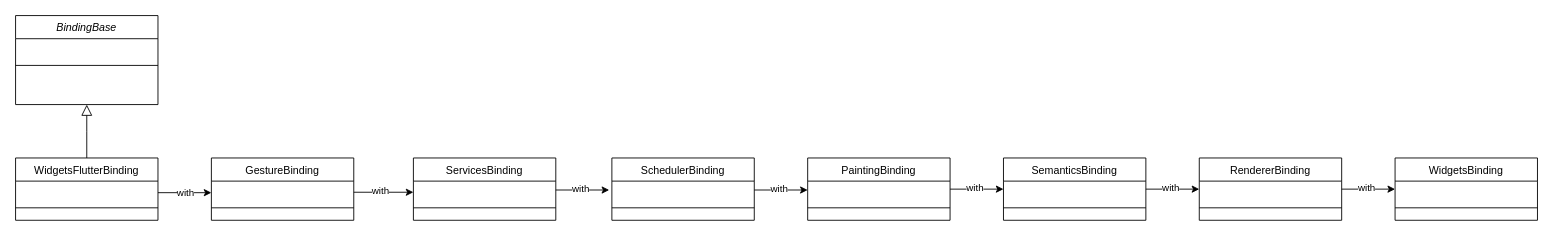
The draw.io diagram flutter/binding/WidgetsFlutterBinding.drawio in ShzMinato/Flutter, before the edit. Source tidied: cells renumbered, new cells numbered last; positions are measured from the earlier drawing's top-left corner, leaving out a move shared by most shapes. Both pictures are drawn from the tidied source at 89%, with x=0, y=0 at pixel (15, 15).
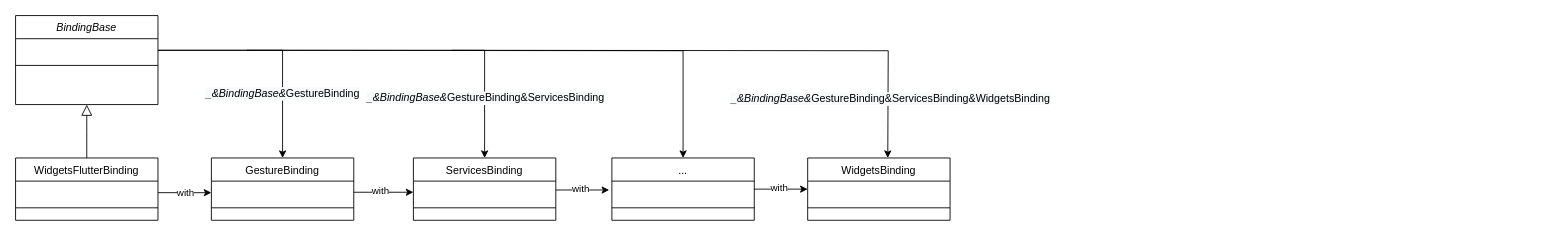
The same page after the edit.

Unchanged cells that the change refers to:
```xml
<mxCell id="3" value=" " style="text;align=left;verticalAlign=top;spacingLeft=4;spacingRight=4;overflow=hidden;points=[[0,0.5],[1,0.5]];portConstraint=eastwest;" parent="2" vertex="1">
  <mxGeometry y="26" width="160" height="26" as="geometry" />
</mxCell>
<mxCell id="9" value="GestureBinding" style="swimlane;fontStyle=0;align=center;verticalAlign=top;horizontal=1;startSize=26;rounded=0;shadow=0;strokeWidth=1;" parent="1" vertex="1">
  <mxGeometry x="220" y="160" width="160" height="70" as="geometry" />
</mxCell>
<mxCell id="12" value="ServicesBinding" style="swimlane;fontStyle=0;align=center;verticalAlign=top;horizontal=1;startSize=26;rounded=0;shadow=0;strokeWidth=1;" parent="1" vertex="1">
  <mxGeometry x="447" y="160" width="160" height="70" as="geometry" />
</mxCell>
```

Diff of the diagram source:
```diff
@@
-    <mxCell id="15" value="SchedulerBinding" style="swimlane;fontStyle=0;align=center;verticalAlign=top;horizontal=1;startSize=26;rounded=0;shadow=0;strokeWidth=1;" parent="1" vertex="1">
+    <mxCell id="15" value="..." style="swimlane;fontStyle=0;align=center;verticalAlign=top;horizontal=1;startSize=26;rounded=0;shadow=0;strokeWidth=1;" parent="1" vertex="1">
       <mxGeometry x="670" y="160" width="160" height="70" as="geometry" />
     </mxCell>
@@
-    <mxCell id="18" value="PaintingBinding" style="swimlane;fontStyle=0;align=center;verticalAlign=top;horizontal=1;startSize=26;rounded=0;shadow=0;strokeWidth=1;" parent="1" vertex="1">
-      <mxGeometry x="890" y="160" width="160" height="70" as="geometry" />
-    </mxCell>
-    <mxCell id="19" value=" " style="text;align=left;verticalAlign=top;spacingLeft=4;spacingRight=4;overflow=hidden;" parent="18" vertex="1">
-      <mxGeometry y="26" width="160" height="26" as="geometry" />
-    </mxCell>
-    <mxCell id="20" style="line;html=1;strokeWidth=1;align=left;verticalAlign=middle;spacingTop=-1;spacingLeft=3;spacingRight=3;labelPosition=right;" parent="18" vertex="1">
-      <mxGeometry y="52" width="160" height="8" as="geometry" />
-    </mxCell>
@@
-    <mxCell id="22" value="SemanticsBinding" style="swimlane;fontStyle=0;align=center;verticalAlign=top;horizontal=1;startSize=26;rounded=0;shadow=0;strokeWidth=1;" parent="1" vertex="1">
-      <mxGeometry x="1110" y="160" width="160" height="70" as="geometry" />
-    </mxCell>
-    <mxCell id="23" value=" " style="text;align=left;verticalAlign=top;spacingLeft=4;spacingRight=4;overflow=hidden;" parent="22" vertex="1">
-      <mxGeometry y="26" width="160" height="26" as="geometry" />
-    </mxCell>
-    <mxCell id="24" style="line;html=1;strokeWidth=1;align=left;verticalAlign=middle;spacingTop=-1;spacingLeft=3;spacingRight=3;labelPosition=right;" parent="22" vertex="1">
-      <mxGeometry y="52" width="160" height="8" as="geometry" />
-    </mxCell>
-    <mxCell id="25" value="RendererBinding" style="swimlane;fontStyle=0;align=center;verticalAlign=top;horizontal=1;startSize=26;rounded=0;shadow=0;strokeWidth=1;" parent="1" vertex="1">
-      <mxGeometry x="1330" y="160" width="160" height="70" as="geometry" />
-    </mxCell>
-    <mxCell id="26" value=" " style="text;align=left;verticalAlign=top;spacingLeft=4;spacingRight=4;overflow=hidden;" parent="25" vertex="1">
-      <mxGeometry y="26" width="160" height="26" as="geometry" />
-    </mxCell>
-    <mxCell id="27" style="line;html=1;strokeWidth=1;align=left;verticalAlign=middle;spacingTop=-1;spacingLeft=3;spacingRight=3;labelPosition=right;" parent="25" vertex="1">
-      <mxGeometry y="52" width="160" height="8" as="geometry" />
-    </mxCell>
     <mxCell id="28" value="WidgetsBinding" style="swimlane;fontStyle=0;align=center;verticalAlign=top;horizontal=1;startSize=26;rounded=0;shadow=0;strokeWidth=1;" parent="1" vertex="1">
-      <mxGeometry x="1550" y="160" width="160" height="70" as="geometry" />
+      <mxGeometry x="890" y="160" width="160" height="70" as="geometry" />
     </mxCell>
@@
-    <mxCell id="37" style="endArrow=classic;html=1;exitX=1;exitY=0.5;exitDx=0;exitDy=0;entryX=0;entryY=0.5;entryDx=0;entryDy=0;" parent="1" edge="1">
-      <mxGeometry relative="1" as="geometry">
-        <mxPoint x="830" y="196" as="sourcePoint" />
-        <mxPoint x="890" y="196" as="targetPoint" />
-      </mxGeometry>
-    </mxCell>
-    <mxCell id="38" value="with" style="edgeLabel;html=1;align=center;verticalAlign=middle;" parent="37" vertex="1">
-      <mxGeometry x="-0.1" y="2" relative="1" as="geometry" />
-    </mxCell>
-    <mxCell id="39" style="endArrow=classic;html=1;exitX=1;exitY=0.5;exitDx=0;exitDy=0;entryX=0;entryY=0.5;entryDx=0;entryDy=0;" parent="1" edge="1">
-      <mxGeometry relative="1" as="geometry">
-        <mxPoint x="1050" y="195" as="sourcePoint" />
-        <mxPoint x="1110" y="195" as="targetPoint" />
-      </mxGeometry>
-    </mxCell>
-    <mxCell id="40" value="with" style="edgeLabel;html=1;align=center;verticalAlign=middle;" parent="39" vertex="1">
-      <mxGeometry x="-0.1" y="2" relative="1" as="geometry" />
-    </mxCell>
-    <mxCell id="41" style="endArrow=classic;html=1;exitX=1;exitY=0.5;exitDx=0;exitDy=0;entryX=0;entryY=0.5;entryDx=0;entryDy=0;" parent="1" edge="1">
-      <mxGeometry relative="1" as="geometry">
-        <mxPoint x="1270" y="195" as="sourcePoint" />
-        <mxPoint x="1330" y="195" as="targetPoint" />
-      </mxGeometry>
-    </mxCell>
-    <mxCell id="42" value="with" style="edgeLabel;html=1;align=center;verticalAlign=middle;" parent="41" vertex="1">
-      <mxGeometry x="-0.1" y="2" relative="1" as="geometry" />
-    </mxCell>
     <mxCell id="43" style="endArrow=classic;html=1;exitX=1;exitY=0.5;exitDx=0;exitDy=0;entryX=0;entryY=0.5;entryDx=0;entryDy=0;" parent="1" edge="1">
       <mxGeometry relative="1" as="geometry">
-        <mxPoint x="1490" y="195" as="sourcePoint" />
-        <mxPoint x="1550" y="195" as="targetPoint" />
+        <mxPoint x="830" y="195" as="sourcePoint" />
+        <mxPoint x="890" y="195" as="targetPoint" />
       </mxGeometry>
     </mxCell>
@@
+    <mxCell id="45" style="edgeStyle=orthogonalEdgeStyle;rounded=0;jettySize=auto;html=1;exitX=1;exitY=0.5;exitDx=0;exitDy=0;" parent="1" edge="1" source="3" target="9">
+      <mxGeometry relative="1" as="geometry" />
+    </mxCell>
+    <mxCell id="46" value="&lt;span style=&quot;font-size: 12px ; font-style: italic ; background-color: rgb(248 , 249 , 250)&quot;&gt;_&amp;amp;BindingBase&amp;amp;&lt;/span&gt;&lt;span style=&quot;font-size: 12px ; background-color: rgb(248 , 249 , 250)&quot;&gt;GestureBinding&lt;/span&gt;" style="edgeLabel;html=1;align=center;verticalAlign=middle;" parent="45" vertex="1">
+      <mxGeometry x="0.44" y="-1" relative="1" as="geometry" />
+    </mxCell>
+    <mxCell id="47" style="edgeStyle=orthogonalEdgeStyle;rounded=0;jettySize=auto;html=1;exitX=1;exitY=0.5;exitDx=0;exitDy=0;entryX=0.5;entryY=0;entryDx=0;entryDy=0;" parent="1" edge="1" source="3" target="12">
+      <mxGeometry relative="1" as="geometry" />
+    </mxCell>
+    <mxCell id="48" value="&lt;span style=&quot;font-size: 12px ; font-style: italic ; background-color: rgb(248 , 249 , 250)&quot;&gt;_&amp;amp;BindingBase&amp;amp;&lt;/span&gt;&lt;span style=&quot;font-size: 12px ; background-color: rgb(248 , 249 , 250)&quot;&gt;GestureBinding&amp;amp;&lt;/span&gt;&lt;span style=&quot;font-size: 12px ; background-color: rgb(248 , 249 , 250)&quot;&gt;ServicesBinding&lt;/span&gt;" style="edgeLabel;html=1;align=center;verticalAlign=middle;" parent="47" vertex="1">
+      <mxGeometry x="0.72" relative="1" as="geometry" />
+    </mxCell>
+    <mxCell id="49" style="edgeStyle=orthogonalEdgeStyle;rounded=0;jettySize=auto;html=1;exitX=1;exitY=0.5;exitDx=0;exitDy=0;entryX=0.5;entryY=0;entryDx=0;entryDy=0;" parent="1" edge="1" target="15">
+      <mxGeometry relative="1" as="geometry">
+        <mxPoint x="260" y="39" as="sourcePoint" />
+      </mxGeometry>
+    </mxCell>
+    <mxCell id="50" style="edgeLabel;html=1;align=center;verticalAlign=middle;" parent="49" vertex="1">
+      <mxGeometry x="0.8" y="-3" relative="1" as="geometry" />
+    </mxCell>
+    <mxCell id="51" style="edgeStyle=orthogonalEdgeStyle;rounded=0;orthogonalLoop=1;jettySize=auto;html=1;exitX=1;exitY=0.5;exitDx=0;exitDy=0;entryX=0.5;entryY=0;entryDx=0;entryDy=0;" parent="1" edge="1">
+      <mxGeometry relative="1" as="geometry">
+        <mxPoint x="490" y="39" as="sourcePoint" />
+        <mxPoint x="980" y="160" as="targetPoint" />
+      </mxGeometry>
+    </mxCell>
+    <mxCell id="52" value="&lt;span style=&quot;font-size: 12px ; font-style: italic ; background-color: rgb(248 , 249 , 250)&quot;&gt;_&amp;amp;BindingBase&amp;amp;&lt;/span&gt;&lt;span style=&quot;font-size: 12px ; background-color: rgb(248 , 249 , 250)&quot;&gt;GestureBinding&amp;amp;&lt;/span&gt;&lt;span style=&quot;font-size: 12px ; background-color: rgb(248 , 249 , 250)&quot;&gt;ServicesBinding&amp;amp;&lt;/span&gt;&lt;span style=&quot;font-size: 12px ; background-color: rgb(248 , 249 , 250)&quot;&gt;WidgetsBinding&lt;/span&gt;" style="edgeLabel;html=1;align=center;verticalAlign=middle;" parent="51" vertex="1">
+      <mxGeometry x="0.78" y="2" relative="1" as="geometry" />
+    </mxCell>
```
